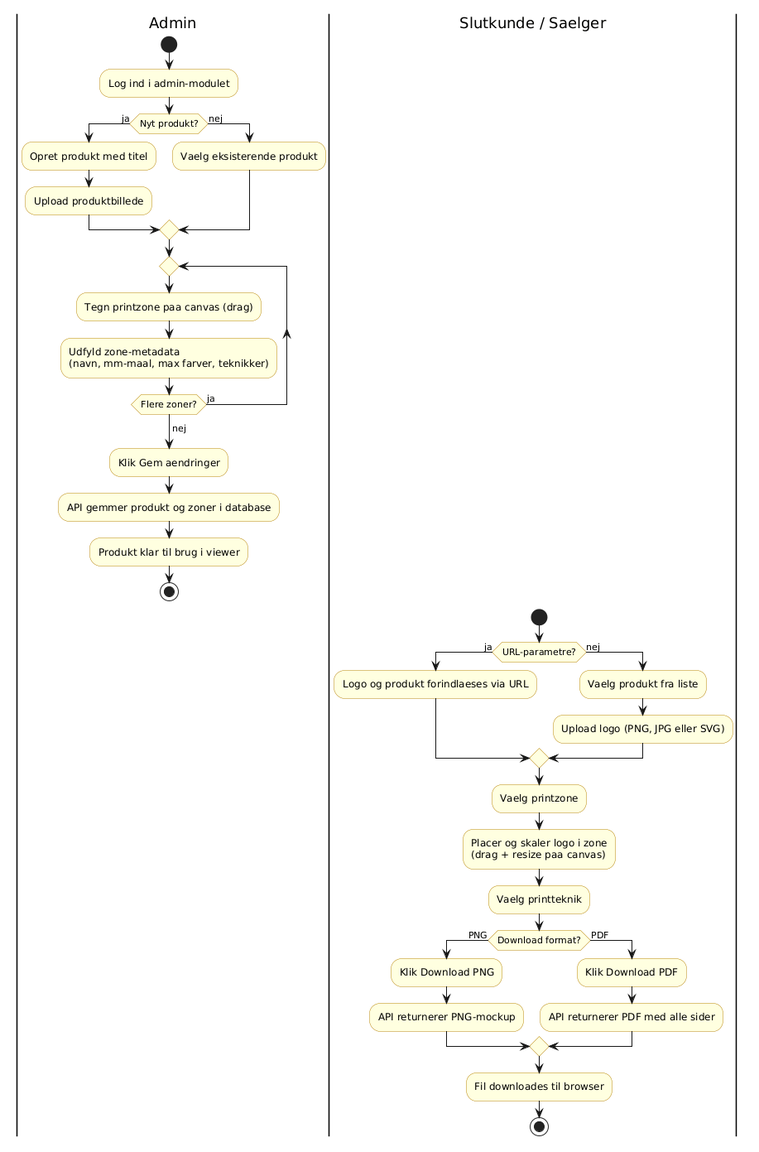
The PlantUML diagram docs/activity/activity.png in MikkelSandell/backend-bachelor-logo-visualiser, before a commit. The source it was exported from:
```plantuml
@startuml
skinparam backgroundColor white
skinparam activityBackgroundColor LightYellow
skinparam activityBorderColor DarkGoldenRod

|Admin|
start
:Log ind i admin-modulet;
if (Nyt produkt?) then (ja)
    :Opret produkt med titel;
    :Upload produktbillede;
else (nej)
    :Vaelg eksisterende produkt;
end if

repeat
    :Tegn printzone paa canvas (drag);
    :Udfyld zone-metadata\n(navn, mm-maal, max farver, teknikker);
repeat while (Flere zoner?) is (ja)
->nej;

:Klik Gem aendringer;
:API gemmer produkt og zoner i database;
:Produkt klar til brug i viewer;
stop

|Slutkunde / Saelger|
start
if (URL-parametre?) then (ja)
    :Logo og produkt forindlaeses via URL;
else (nej)
    :Vaelg produkt fra liste;
    :Upload logo (PNG, JPG eller SVG);
end if

:Vaelg printzone;
:Placer og skaler logo i zone\n(drag + resize paa canvas);
:Vaelg printteknik;

if (Download format?) then (PNG)
    :Klik Download PNG;
    :API returnerer PNG-mockup;
else (PDF)
    :Klik Download PDF;
    :API returnerer PDF med alle sider;
end if

:Fil downloades til browser;
stop
@enduml
```
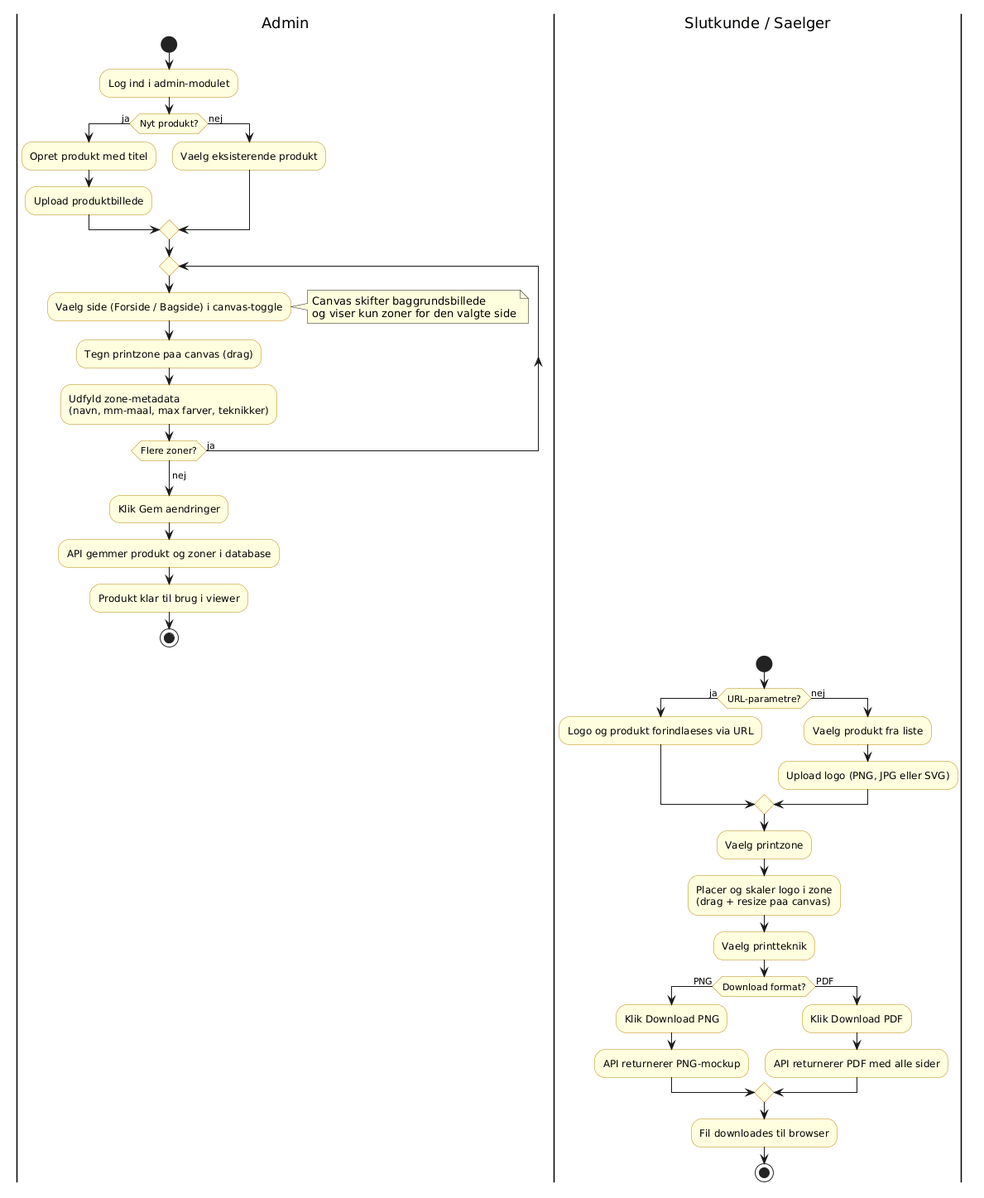
After the commit.

Commit message:
fixed a bug for admin side where you could not edit back print zones

What changed in the source:
```diff
@@ -14,6 +14,8 @@
 end if
 
 repeat
+    :Vaelg side (Forside / Bagside) i canvas-toggle;
+    note right: Canvas skifter baggrundsbillede\nog viser kun zoner for den valgte side
     :Tegn printzone paa canvas (drag);
     :Udfyld zone-metadata\n(navn, mm-maal, max farver, teknikker);
 repeat while (Flere zoner?) is (ja)
```
